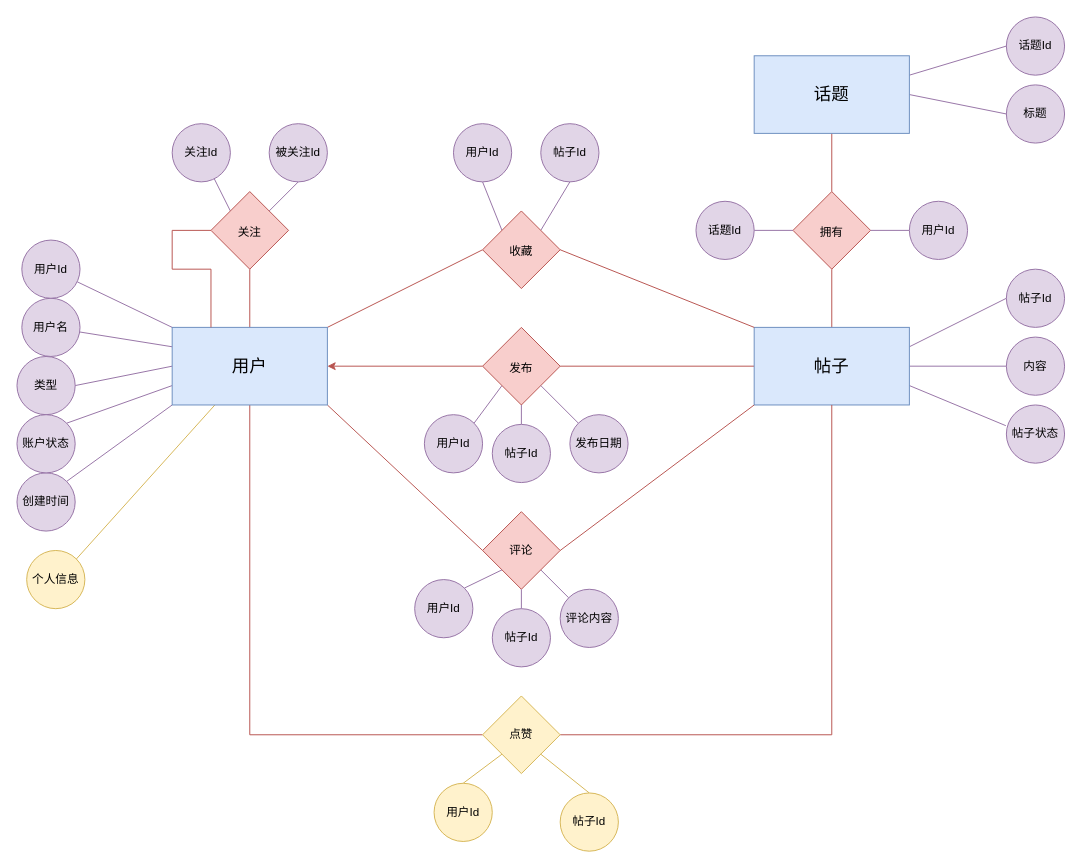
Earlier version of the draw.io diagram map/minihubER.drawio (msqtt/Sources). Source tidied: cells renumbered, new cells numbered last; positions are measured from the earlier drawing's top-left corner, leaving out a move shared by most shapes. Both pictures are drawn from the tidied source at 97%, with x=0, y=0 at pixel (16, 16).
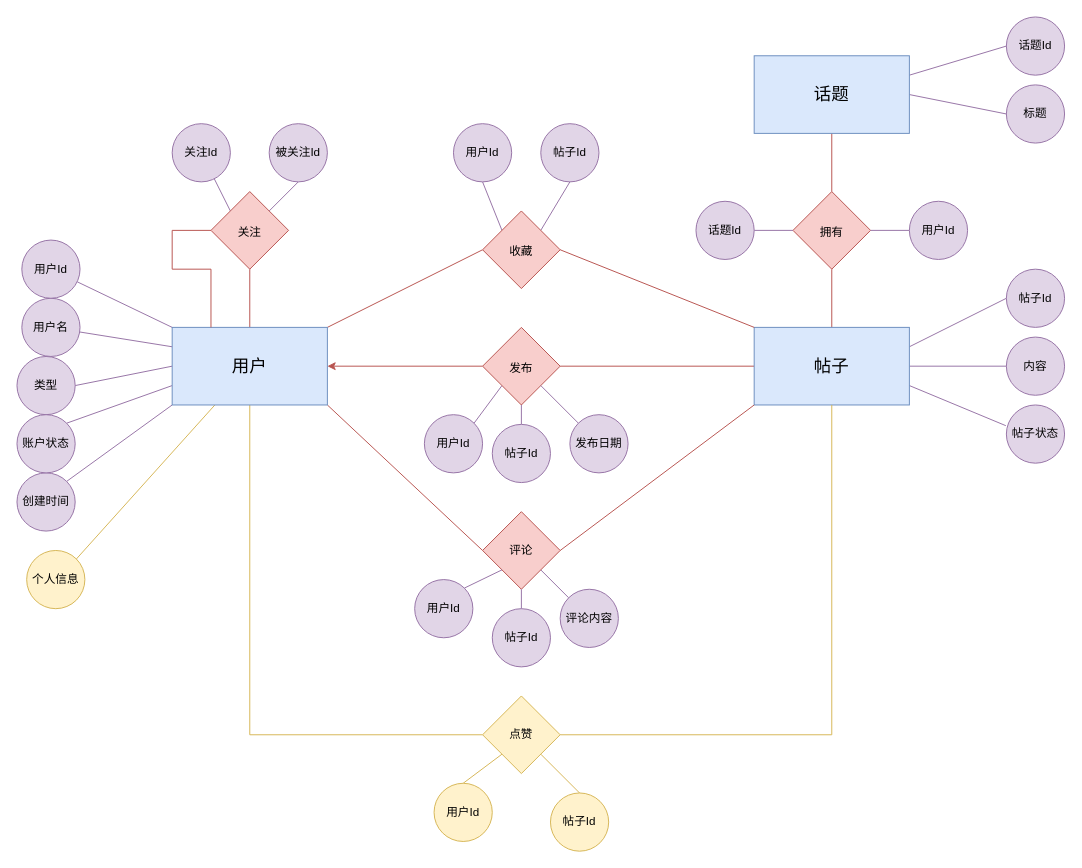
The same page after the edit.

Unchanged cells that the change refers to:
```xml
<mxCell id="16" value="&lt;font style=&quot;font-size: 18px;&quot;&gt;用户&lt;/font&gt;" style="rounded=0;whiteSpace=wrap;html=1;strokeColor=#6c8ebf;fillColor=#dae8fc;" parent="1" vertex="1">
  <mxGeometry x="160" y="320" width="160" height="80" as="geometry" />
</mxCell>
<mxCell id="24" value="帖子" style="rounded=0;whiteSpace=wrap;html=1;strokeColor=#6c8ebf;fillColor=#dae8fc;fontSize=18;" parent="1" vertex="1">
  <mxGeometry x="760" y="320" width="160" height="80" as="geometry" />
</mxCell>
<mxCell id="34" value="点赞" style="rhombus;whiteSpace=wrap;html=1;fontSize=12;fillColor=#fff2cc;strokeColor=#d6b656;labelBackgroundColor=none;" parent="1" vertex="1">
  <mxGeometry x="480" y="700" width="80" height="80" as="geometry" />
</mxCell>
```

Diff of the diagram source:
```diff
@@
-    <mxCell id="7" style="rounded=0;jettySize=auto;html=1;entryX=0;entryY=0.5;entryDx=0;entryDy=0;strokeColor=#b85450;fontColor=#143642;fillColor=#f8cecc;exitX=0.5;exitY=1;exitDx=0;exitDy=0;edgeStyle=orthogonalEdgeStyle;endArrow=none;endFill=0;strokeWidth=1;" parent="1" edge="1" source="16" target="34">
+    <mxCell id="7" style="rounded=0;jettySize=auto;html=1;entryX=0;entryY=0.5;entryDx=0;entryDy=0;strokeColor=#d6b656;fontColor=#143642;fillColor=#fff2cc;exitX=0.5;exitY=1;exitDx=0;exitDy=0;edgeStyle=orthogonalEdgeStyle;endArrow=none;endFill=0;strokeWidth=1;" parent="1" edge="1" source="16" target="34">
       <mxGeometry relative="1" as="geometry" />
     </mxCell>
@@
-    <mxCell id="26" style="edgeStyle=orthogonalEdgeStyle;rounded=0;jettySize=auto;html=1;entryX=0.5;entryY=1;entryDx=0;entryDy=0;strokeColor=#b85450;fontColor=#143642;fillColor=#f8cecc;endArrow=none;endFill=0;strokeWidth=1;" parent="1" edge="1" source="34" target="24">
+    <mxCell id="26" style="edgeStyle=orthogonalEdgeStyle;rounded=0;jettySize=auto;html=1;entryX=0.5;entryY=1;entryDx=0;entryDy=0;strokeColor=#d6b656;fontColor=#143642;fillColor=#fff2cc;endArrow=none;endFill=0;strokeWidth=1;" parent="1" edge="1" source="34" target="24">
       <mxGeometry relative="1" as="geometry" />
     </mxCell>
@@
     <mxCell id="66" value="帖子Id" style="ellipse;whiteSpace=wrap;html=1;fillColor=#fff2cc;strokeColor=#d6b656;rounded=0;direction=south;" parent="1" vertex="1">
-      <mxGeometry x="560" y="800" width="60" height="60" as="geometry" />
+      <mxGeometry x="550" y="800" width="60" height="60" as="geometry" />
     </mxCell>
```
